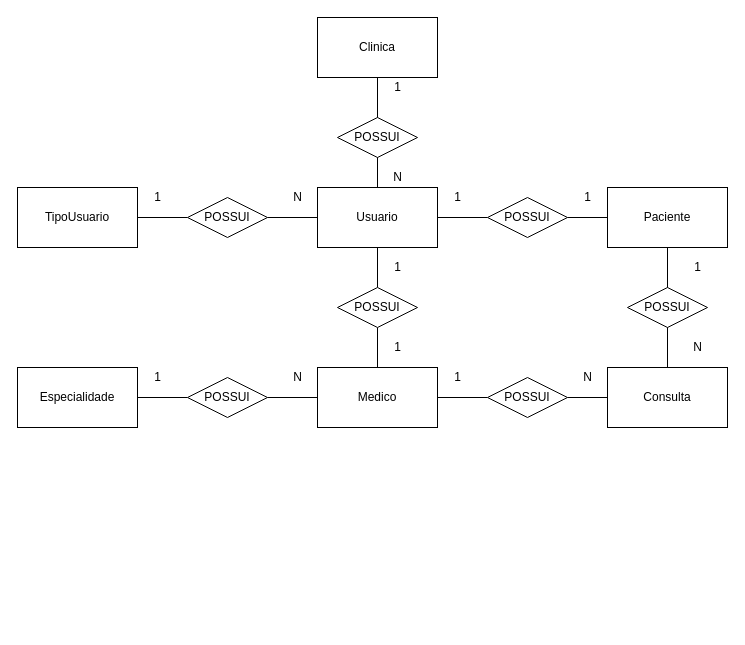
Earlier version of the draw.io diagram page "Conceitual" (1 of 2) of Modelagem/modelagem-spmedicalgroup.drawio (flavio-pires/senai_spmedgroup_sprint1_bd_manha_flavio_pires). Source tidied: cells renumbered, new cells numbered last; positions are measured from the earlier drawing's top-left corner, leaving out a move shared by most shapes. Both pictures are drawn from the tidied source at 100%, with x=0, y=0 at pixel (17, 17).
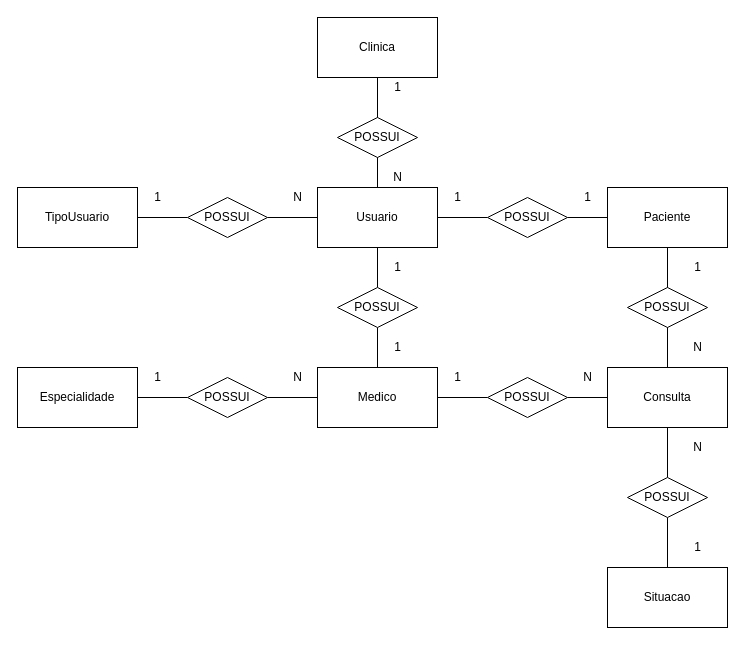
After the change.

Unchanged cells that the change refers to:
```xml
<mxCell id="13" value="Consulta" style="rounded=0;whiteSpace=wrap;html=1;" parent="1" vertex="1">
  <mxGeometry x="590" y="350" width="120" height="60" as="geometry" />
</mxCell>
```

What changed in the source:
```diff
@@
+    <mxCell id="44" style="edgeStyle=orthogonalEdgeStyle;rounded=0;jettySize=auto;html=1;endArrow=none;endFill=0;" parent="1" edge="1" source="13" target="47">
+      <mxGeometry relative="1" as="geometry" />
+    </mxCell>
@@
+    <mxCell id="45" value="Situacao" style="rounded=0;whiteSpace=wrap;html=1;" parent="1" vertex="1">
+      <mxGeometry x="590" y="550" width="120" height="60" as="geometry" />
+    </mxCell>
+    <mxCell id="46" style="edgeStyle=orthogonalEdgeStyle;rounded=0;jettySize=auto;html=1;endArrow=none;endFill=0;" parent="1" edge="1" source="47" target="45">
+      <mxGeometry relative="1" as="geometry" />
+    </mxCell>
+    <mxCell id="47" value="POSSUI" style="rhombus;whiteSpace=wrap;html=1;" parent="1" vertex="1">
+      <mxGeometry x="610" y="460" width="80" height="40" as="geometry" />
+    </mxCell>
+    <mxCell id="48" value="1" style="text;html=1;align=center;verticalAlign=middle;" parent="1" vertex="1">
+      <mxGeometry x="670" y="520" width="20" height="20" as="geometry" />
+    </mxCell>
+    <mxCell id="49" value="N" style="text;html=1;align=center;verticalAlign=middle;" parent="1" vertex="1">
+      <mxGeometry x="670" y="420" width="20" height="20" as="geometry" />
+    </mxCell>
```
